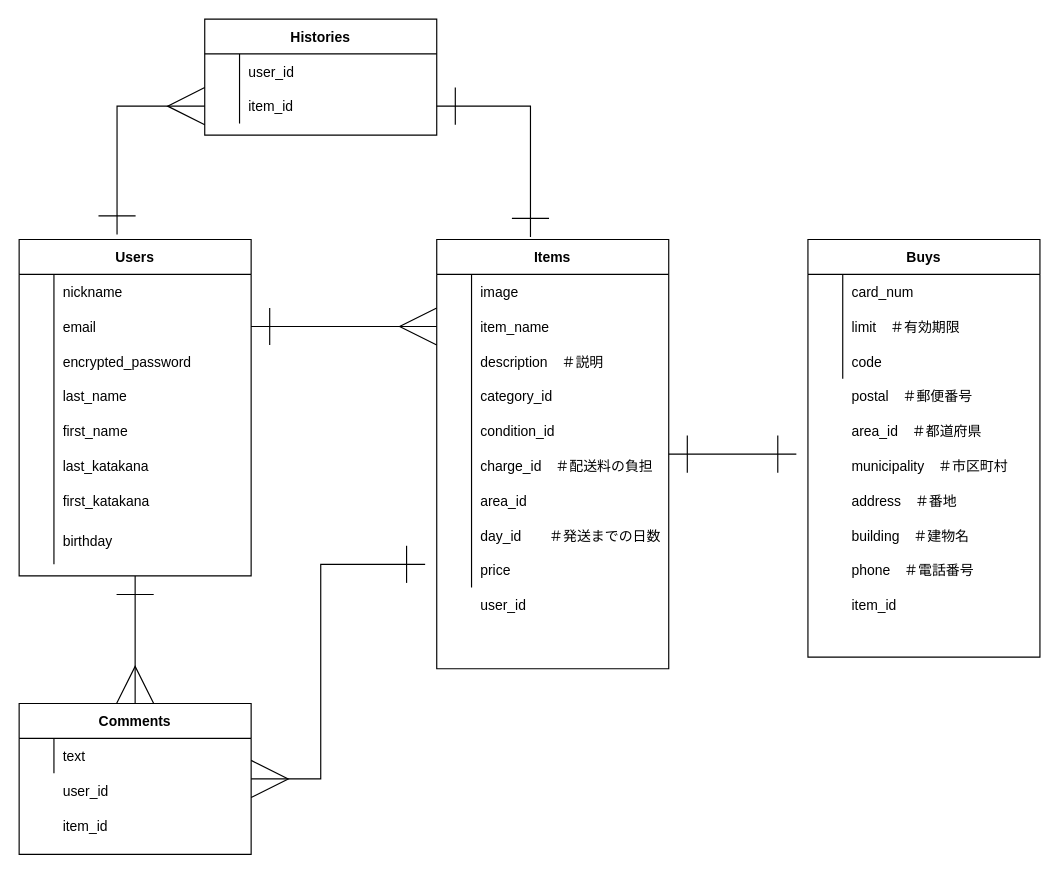
Above: furima.dio in KUMA-06/furima-36109 (draw.io), before the change. Source tidied: cells renumbered, new cells numbered last; positions are measured from the earlier drawing's top-left corner, leaving out a move shared by most shapes. Both pictures are drawn from the tidied source at 116%, with x=0, y=0 at pixel (19, 19).
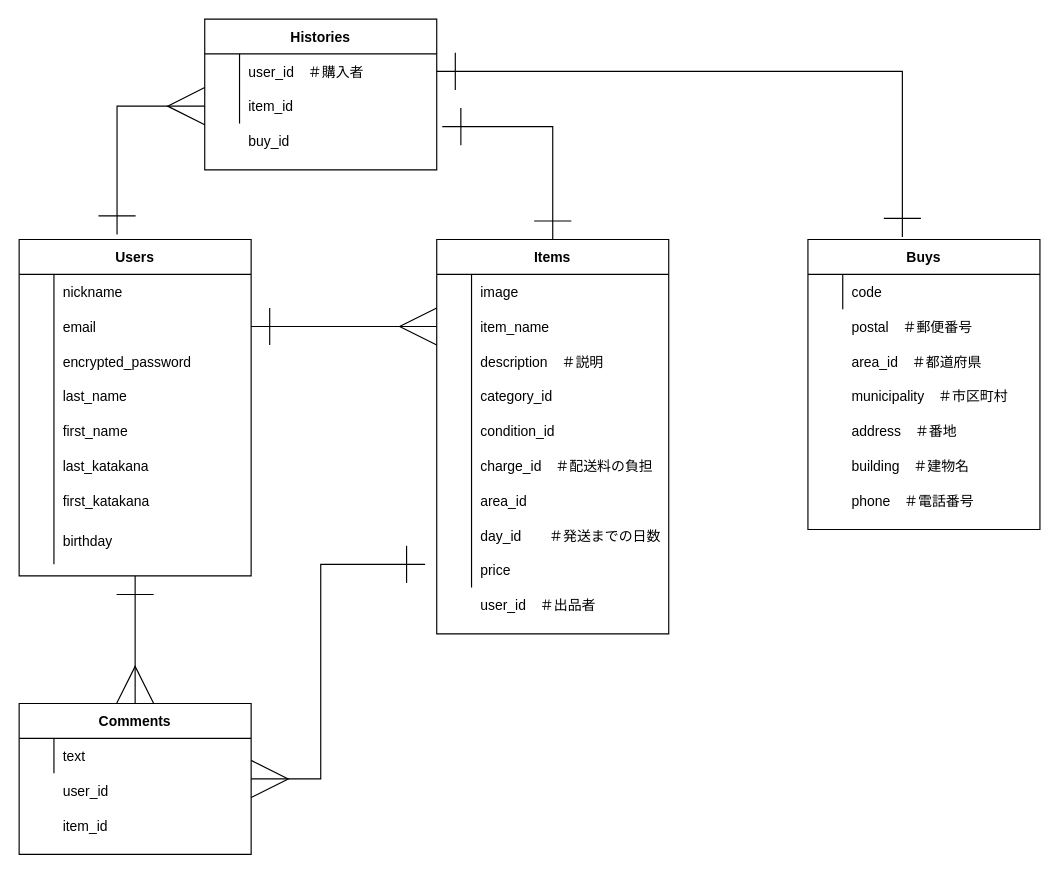
The same page after the edit.

Commit message (it also covers changes not shown here):
データベース設計　更新３

Unchanged cells that the change refers to:
```xml
<mxCell id="84" style="shape=partialRectangle;fillColor=none;top=0;left=0;bottom=0;right=0;points=[[0,0.5],[1,0.5]];portConstraint=eastwest;" parent="83" vertex="1">
  <mxGeometry y="30" width="200" height="30" as="geometry" />
</mxCell>
<mxCell id="87" style="shape=partialRectangle;fillColor=none;top=0;left=0;bottom=0;right=0;points=[[0,0.5],[1,0.5]];portConstraint=eastwest;" parent="83" vertex="1">
  <mxGeometry y="60" width="200" height="30" as="geometry" />
</mxCell>
```

Diff of the diagram source:
```diff
@@
-    <mxCell id="28" style="edgeStyle=orthogonalEdgeStyle;rounded=0;jettySize=auto;html=1;endSize=30;startSize=30;startArrow=ERone;startFill=0;endArrow=ERone;endFill=0;" parent="1" edge="1" source="29">
-      <mxGeometry relative="1" as="geometry">
-        <mxPoint x="670" y="375" as="targetPoint" />
-      </mxGeometry>
-    </mxCell>
+    <mxCell id="92" style="edgeStyle=orthogonalEdgeStyle;rounded=0;jettySize=auto;html=1;exitX=0.5;exitY=0;exitDx=0;exitDy=0;entryX=1.024;entryY=1.088;entryDx=0;entryDy=0;entryPerimeter=0;startArrow=ERone;startFill=0;endArrow=ERone;endFill=0;startSize=30;endSize=30;" parent="1" edge="1" source="29" target="87">
+      <mxGeometry relative="1" as="geometry" />
+    </mxCell>
     <mxCell id="29" value="Items" style="shape=table;startSize=30;childLayout=tableLayout;rowLines=0;fontStyle=1;align=center;" parent="1" vertex="1">
-      <mxGeometry x="360" y="190" width="200" height="370" as="geometry" />
+      <mxGeometry x="360" y="190" width="200" height="340" as="geometry" />
     </mxCell>
@@
-    <mxCell id="63" value="user_id" style="shape=partialRectangle;fillColor=none;top=0;left=0;bottom=0;right=0;align=left;spacingLeft=6;overflow=hidden;" parent="1" vertex="1">
+    <mxCell id="63" value="user_id　＃出品者" style="shape=partialRectangle;fillColor=none;top=0;left=0;bottom=0;right=0;align=left;spacingLeft=6;overflow=hidden;" parent="1" vertex="1">
       <mxGeometry x="390" y="490" width="170" height="30" as="geometry" />
     </mxCell>
@@
     <mxCell id="66" value="Buys" style="shape=table;startSize=30;childLayout=tableLayout;rowLines=0;fontStyle=1;align=center;" parent="1" vertex="1">
-      <mxGeometry x="680" y="190" width="200" height="360" as="geometry" />
+      <mxGeometry x="680" y="190" width="200" height="250" as="geometry" />
     </mxCell>
-    <mxCell id="67" style="shape=partialRectangle;fillColor=none;top=0;left=0;bottom=0;right=0;" parent="66" vertex="1">
-      <mxGeometry y="30" width="200" height="30" as="geometry" />
-    </mxCell>
-    <mxCell id="68" style="shape=partialRectangle;fillColor=none;top=0;left=0;bottom=0;right=0;overflow=hidden;" parent="67" vertex="1">
-      <mxGeometry width="30" height="30" as="geometry" />
-    </mxCell>
-    <mxCell id="69" value="card_num" style="shape=partialRectangle;fillColor=none;top=0;left=0;bottom=0;right=0;align=left;spacingLeft=6;overflow=hidden;" parent="67" vertex="1">
-      <mxGeometry x="30" width="170" height="30" as="geometry" />
-    </mxCell>
-    <mxCell id="70" style="shape=partialRectangle;fillColor=none;top=0;left=0;bottom=0;right=0;" parent="66" vertex="1">
-      <mxGeometry y="60" width="200" height="30" as="geometry" />
-    </mxCell>
-    <mxCell id="71" style="shape=partialRectangle;fillColor=none;top=0;left=0;bottom=0;right=0;overflow=hidden;" parent="70" vertex="1">
-      <mxGeometry width="30" height="30" as="geometry" />
-    </mxCell>
-    <mxCell id="72" value="limit　＃有効期限" style="shape=partialRectangle;fillColor=none;top=0;left=0;bottom=0;right=0;align=left;spacingLeft=6;overflow=hidden;" parent="70" vertex="1">
-      <mxGeometry x="30" width="170" height="30" as="geometry" />
-    </mxCell>
     <mxCell id="73" style="shape=partialRectangle;fillColor=none;top=0;left=0;bottom=0;right=0;" parent="66" vertex="1">
-      <mxGeometry y="90" width="200" height="30" as="geometry" />
+      <mxGeometry y="30" width="200" height="30" as="geometry" />
     </mxCell>
@@
     <mxCell id="76" value="postal　＃郵便番号" style="shape=partialRectangle;fillColor=none;top=0;left=0;bottom=0;right=0;align=left;spacingLeft=6;overflow=hidden;" parent="1" vertex="1">
-      <mxGeometry x="710" y="310" width="150" height="30" as="geometry" />
+      <mxGeometry x="710" y="250" width="170" height="30" as="geometry" />
     </mxCell>
     <mxCell id="77" value="area_id　＃都道府県" style="shape=partialRectangle;fillColor=none;top=0;left=0;bottom=0;right=0;align=left;spacingLeft=6;overflow=hidden;" parent="1" vertex="1">
-      <mxGeometry x="710" y="340" width="150" height="30" as="geometry" />
+      <mxGeometry x="710" y="280" width="150" height="30" as="geometry" />
     </mxCell>
     <mxCell id="78" value="municipality　＃市区町村" style="shape=partialRectangle;fillColor=none;top=0;left=0;bottom=0;right=0;align=left;spacingLeft=6;overflow=hidden;" parent="1" vertex="1">
-      <mxGeometry x="710" y="370" width="150" height="30" as="geometry" />
+      <mxGeometry x="710" y="310" width="150" height="30" as="geometry" />
     </mxCell>
     <mxCell id="79" value="address　＃番地" style="shape=partialRectangle;fillColor=none;top=0;left=0;bottom=0;right=0;align=left;spacingLeft=6;overflow=hidden;" parent="1" vertex="1">
-      <mxGeometry x="710" y="400" width="150" height="30" as="geometry" />
+      <mxGeometry x="710" y="340" width="150" height="30" as="geometry" />
     </mxCell>
     <mxCell id="80" value="building　＃建物名" style="shape=partialRectangle;fillColor=none;top=0;left=0;bottom=0;right=0;align=left;spacingLeft=6;overflow=hidden;" parent="1" vertex="1">
-      <mxGeometry x="710" y="430" width="150" height="30" as="geometry" />
+      <mxGeometry x="710" y="370" width="150" height="30" as="geometry" />
     </mxCell>
     <mxCell id="81" value="phone　＃電話番号" style="shape=partialRectangle;fillColor=none;top=0;left=0;bottom=0;right=0;align=left;spacingLeft=6;overflow=hidden;" parent="1" vertex="1">
-      <mxGeometry x="710" y="460" width="150" height="30" as="geometry" />
+      <mxGeometry x="710" y="400" width="150" height="30" as="geometry" />
     </mxCell>
-    <mxCell id="82" value="item_id" style="shape=partialRectangle;fillColor=none;top=0;left=0;bottom=0;right=0;align=left;spacingLeft=6;overflow=hidden;" parent="1" vertex="1">
-      <mxGeometry x="710" y="490" width="150" height="30" as="geometry" />
-    </mxCell>
     <mxCell id="83" value="Histories" style="shape=table;startSize=30;childLayout=tableLayout;rowLines=0;fontStyle=1;align=center;" parent="1" vertex="1">
-      <mxGeometry x="160" width="200" height="100" as="geometry" />
+      <mxGeometry x="160" width="200" height="130" as="geometry" />
     </mxCell>
@@
-    <mxCell id="86" value="user_id" style="shape=partialRectangle;fillColor=none;top=0;left=0;bottom=0;right=0;align=left;spacingLeft=6;overflow=hidden;" parent="84" vertex="1">
+    <mxCell id="86" value="user_id　＃購入者" style="shape=partialRectangle;fillColor=none;top=0;left=0;bottom=0;right=0;align=left;spacingLeft=6;overflow=hidden;" parent="84" vertex="1">
       <mxGeometry x="30" width="170" height="30" as="geometry" />
     </mxCell>
@@
-    <mxCell id="91" style="edgeStyle=orthogonalEdgeStyle;rounded=0;jettySize=auto;html=1;exitX=1;exitY=0.5;exitDx=0;exitDy=0;entryX=0.404;entryY=-0.006;entryDx=0;entryDy=0;entryPerimeter=0;startArrow=ERone;startFill=0;endArrow=ERone;endFill=0;startSize=30;endSize=30;" parent="1" edge="1" source="87" target="29">
-      <mxGeometry relative="1" as="geometry" />
-    </mxCell>
+    <mxCell id="93" style="edgeStyle=orthogonalEdgeStyle;rounded=0;jettySize=auto;html=1;exitX=1;exitY=0.5;exitDx=0;exitDy=0;entryX=0.407;entryY=-0.009;entryDx=0;entryDy=0;entryPerimeter=0;startArrow=ERone;startFill=0;endArrow=ERone;endFill=0;startSize=30;endSize=30;" parent="1" edge="1" source="84" target="66">
+      <mxGeometry relative="1" as="geometry" />
+    </mxCell>
+    <mxCell id="94" value="buy_id" style="shape=partialRectangle;fillColor=none;top=0;left=0;bottom=0;right=0;align=left;spacingLeft=6;overflow=hidden;" parent="1" vertex="1">
+      <mxGeometry x="190" y="90" width="170" height="30" as="geometry" />
+    </mxCell>
```
